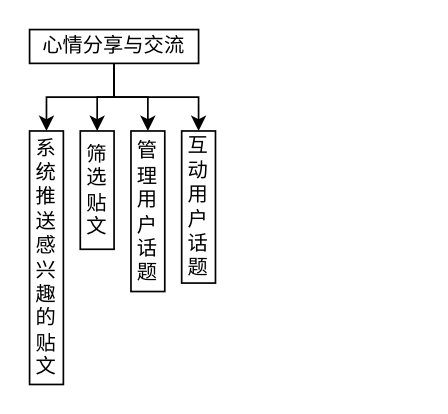
The draw.io diagram 未命名绘图.drawio in NULL7272/Hello-World, before the edit. Source tidied: cells renumbered, new cells numbered last; positions are measured from the earlier drawing's top-left corner, leaving out a move shared by most shapes. Both pictures are drawn from the tidied source at 169%, with x=0, y=0 at pixel (29, 29).
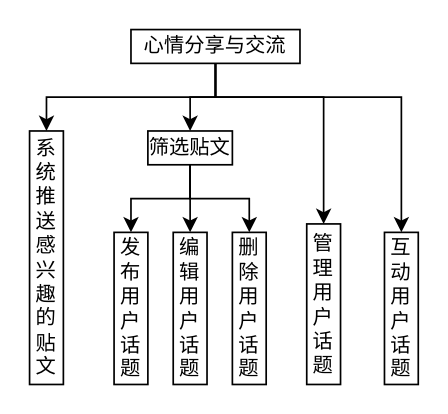
The same diagram, later.

Commit message (it also covers changes not shown here):
更新未命名绘图.drawio

The change refers to these unchanged cells:
```xml
<mxCell id="8" value="系统推送感兴趣的贴文" style="rounded=0;whiteSpace=wrap;html=1;" parent="1" vertex="1">
  <mxGeometry y="60" width="20" height="150" as="geometry" />
</mxCell>
```

Change to the diagram source:
```diff
@@
     <mxCell id="2" style="edgeStyle=orthogonalEdgeStyle;rounded=0;jettySize=auto;html=1;" parent="1" edge="1" source="6" target="8">
-      <mxGeometry relative="1" as="geometry" />
+      <mxGeometry relative="1" as="geometry">
+        <Array as="points">
+          <mxPoint x="110" y="40" />
+          <mxPoint x="10" y="40" />
+        </Array>
+      </mxGeometry>
     </mxCell>
@@
+    <mxCell id="5" style="edgeStyle=orthogonalEdgeStyle;rounded=0;jettySize=auto;html=1;entryX=0.5;entryY=0;entryDx=0;entryDy=0;" parent="1" edge="1" source="6" target="11">
+      <mxGeometry relative="1" as="geometry">
+        <Array as="points">
+          <mxPoint x="110" y="40" />
+          <mxPoint x="220" y="40" />
+        </Array>
+      </mxGeometry>
+    </mxCell>
     <mxCell id="4" style="edgeStyle=orthogonalEdgeStyle;rounded=0;jettySize=auto;html=1;entryX=0.5;entryY=0;entryDx=0;entryDy=0;" parent="1" edge="1" source="6" target="10">
-      <mxGeometry relative="1" as="geometry" />
+      <mxGeometry relative="1" as="geometry">
+        <Array as="points">
+          <mxPoint x="110" y="40" />
+          <mxPoint x="174" y="40" />
+        </Array>
+      </mxGeometry>
     </mxCell>
-    <mxCell id="5" style="edgeStyle=orthogonalEdgeStyle;rounded=0;jettySize=auto;html=1;entryX=0.5;entryY=0;entryDx=0;entryDy=0;" parent="1" edge="1" source="6" target="11">
-      <mxGeometry relative="1" as="geometry" />
-    </mxCell>
     <mxCell id="6" value="心情分享与交流" style="rounded=0;whiteSpace=wrap;html=1;" parent="1" vertex="1">
-      <mxGeometry width="100" height="20" as="geometry" />
+      <mxGeometry x="60" width="100" height="20" as="geometry" />
     </mxCell>
@@
+    <mxCell id="12" style="edgeStyle=orthogonalEdgeStyle;rounded=0;jettySize=auto;html=1;entryX=0.5;entryY=0;entryDx=0;entryDy=0;" parent="1" edge="1" source="9" target="15">
+      <mxGeometry relative="1" as="geometry" />
+    </mxCell>
+    <mxCell id="13" style="edgeStyle=orthogonalEdgeStyle;rounded=0;jettySize=auto;html=1;" parent="1" edge="1" source="9" target="16">
+      <mxGeometry relative="1" as="geometry" />
+    </mxCell>
+    <mxCell id="14" style="edgeStyle=orthogonalEdgeStyle;rounded=0;jettySize=auto;html=1;entryX=0.5;entryY=0;entryDx=0;entryDy=0;" parent="1" edge="1" source="9" target="17">
+      <mxGeometry relative="1" as="geometry" />
+    </mxCell>
     <mxCell id="9" value="筛选贴文" style="rounded=0;whiteSpace=wrap;html=1;" parent="1" vertex="1">
-      <mxGeometry x="30" y="60" width="20" height="70" as="geometry" />
+      <mxGeometry x="70" y="60" width="50" height="20" as="geometry" />
     </mxCell>
     <mxCell id="10" value="管理用户话题" style="rounded=0;whiteSpace=wrap;html=1;" parent="1" vertex="1">
-      <mxGeometry x="60" y="60" width="20" height="95" as="geometry" />
+      <mxGeometry x="164" y="115" width="20" height="95" as="geometry" />
     </mxCell>
     <mxCell id="11" value="互动用户话题" style="rounded=0;whiteSpace=wrap;html=1;" parent="1" vertex="1">
-      <mxGeometry x="90" y="60" width="20" height="90" as="geometry" />
+      <mxGeometry x="210" y="120" width="20" height="90" as="geometry" />
     </mxCell>
+    <mxCell id="15" value="发布用户话题" style="rounded=0;whiteSpace=wrap;html=1;" parent="1" vertex="1">
+      <mxGeometry x="50" y="120" width="20" height="90" as="geometry" />
+    </mxCell>
+    <mxCell id="16" value="编辑用户话题" style="rounded=0;whiteSpace=wrap;html=1;" parent="1" vertex="1">
+      <mxGeometry x="85" y="120" width="20" height="90" as="geometry" />
+    </mxCell>
+    <mxCell id="17" value="删除用户话题" style="rounded=0;whiteSpace=wrap;html=1;" parent="1" vertex="1">
+      <mxGeometry x="120" y="120" width="20" height="90" as="geometry" />
+    </mxCell>
```
